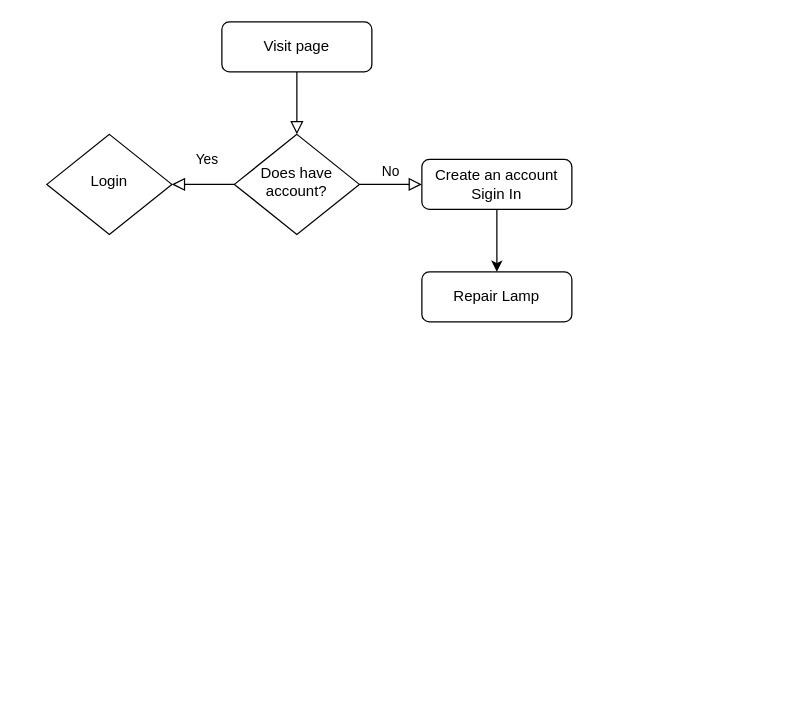
Earlier version of the draw.io diagram Untitled Diagram.drawio (salmanfarisvp/Documents). Source tidied: cells renumbered, new cells numbered last; positions are measured from the earlier drawing's top-left corner, leaving out a move shared by most shapes. Both pictures are drawn from the tidied source at 125%, with x=0, y=0 at pixel (46, 21).
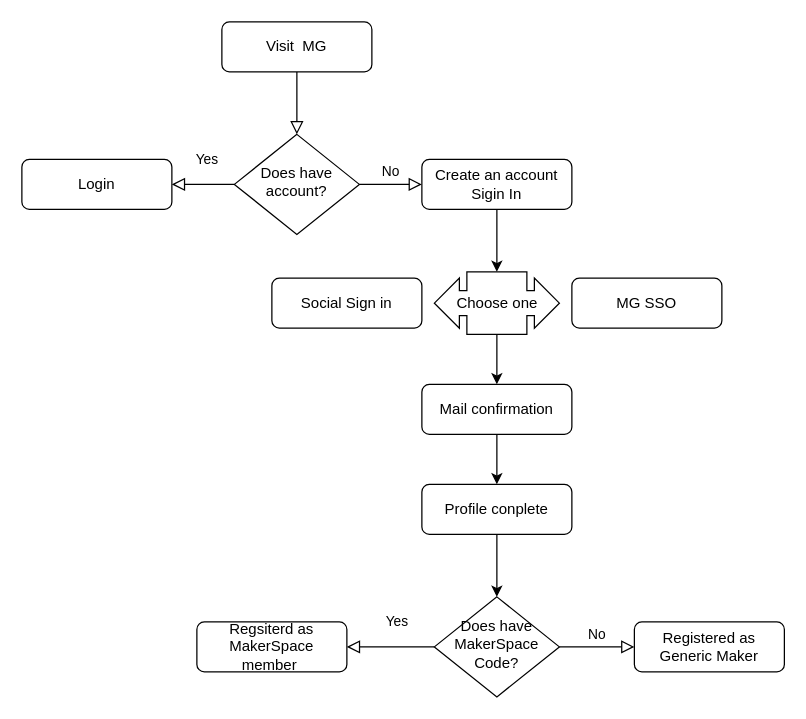
The same diagram, later.

The change refers to these unchanged cells:
```xml
<mxCell id="6" value="Does have account?" style="rhombus;whiteSpace=wrap;html=1;shadow=0;fontFamily=Helvetica;fontSize=12;align=center;strokeWidth=1;spacing=6;spacingTop=-4;" parent="1" vertex="1">
  <mxGeometry x="150" y="90" width="100" height="80" as="geometry" />
</mxCell>
```

What changed in the source:
```diff
@@
-    <mxCell id="3" value="Visit page" style="rounded=1;whiteSpace=wrap;html=1;fontSize=12;glass=0;strokeWidth=1;shadow=0;" parent="1" vertex="1">
+    <mxCell id="3" value="Visit&amp;nbsp; MG" style="rounded=1;whiteSpace=wrap;html=1;fontSize=12;glass=0;strokeWidth=1;shadow=0;" parent="1" vertex="1">
       <mxGeometry x="140" width="120" height="40" as="geometry" />
     </mxCell>
-    <mxCell id="4" value="Yes" style="rounded=0;html=1;jettySize=auto;fontSize=11;endArrow=block;endFill=0;endSize=8;strokeWidth=1;shadow=0;labelBackgroundColor=none;edgeStyle=orthogonalEdgeStyle;" parent="1" edge="1" source="6" target="8">
-      <mxGeometry x="-0.14" y="-20" relative="1" as="geometry" />
+    <mxCell id="4" value="Yes" style="rounded=0;html=1;jettySize=auto;fontSize=11;endArrow=block;endFill=0;endSize=8;strokeWidth=1;shadow=0;labelBackgroundColor=none;edgeStyle=orthogonalEdgeStyle;" parent="1" edge="1" source="6">
+      <mxGeometry x="-0.14" y="-20" relative="1" as="geometry">
+        <mxPoint x="100" y="130" as="targetPoint" />
+      </mxGeometry>
     </mxCell>
@@
-    <mxCell id="8" value="Login" style="rhombus;whiteSpace=wrap;html=1;shadow=0;fontFamily=Helvetica;fontSize=12;align=center;strokeWidth=1;spacing=6;spacingTop=-4;" parent="1" vertex="1">
-      <mxGeometry y="90" width="100" height="80" as="geometry" />
-    </mxCell>
-    <mxCell id="9" value="Repair Lamp" style="rounded=1;whiteSpace=wrap;html=1;fontSize=12;glass=0;strokeWidth=1;shadow=0;" parent="1" vertex="1">
-      <mxGeometry x="300" y="200" width="120" height="40" as="geometry" />
+    <mxCell id="9" value="MG SSO" style="rounded=1;whiteSpace=wrap;html=1;fontSize=12;glass=0;strokeWidth=1;shadow=0;" parent="1" vertex="1">
+      <mxGeometry x="420" y="205" width="120" height="40" as="geometry" />
     </mxCell>
@@
+    <mxCell id="11" value="Social Sign in" style="rounded=1;whiteSpace=wrap;html=1;fontSize=12;glass=0;strokeWidth=1;shadow=0;" parent="1" vertex="1">
+      <mxGeometry x="180" y="205" width="120" height="40" as="geometry" />
+    </mxCell>
+    <mxCell id="12" value="Choose one" style="html=1;shadow=0;dashed=0;align=center;verticalAlign=middle;shape=mxgraph.arrows2.calloutDoubleArrow;dy=10;dx=20;notch=24;arrowHead=10;" parent="1" vertex="1">
+      <mxGeometry x="310" y="200" width="100" height="50" as="geometry" />
+    </mxCell>
+    <mxCell id="13" style="endArrow=classic;html=1;exitX=0.5;exitY=1;exitDx=0;exitDy=0;exitPerimeter=0;" parent="1" edge="1" source="12">
+      <mxGeometry relative="1" as="geometry">
+        <mxPoint x="360" y="290" as="targetPoint" />
+      </mxGeometry>
+    </mxCell>
+    <mxCell id="14" value="Mail confirmation" style="rounded=1;whiteSpace=wrap;html=1;fontSize=12;glass=0;strokeWidth=1;shadow=0;" parent="1" vertex="1">
+      <mxGeometry x="300" y="290" width="120" height="40" as="geometry" />
+    </mxCell>
+    <mxCell id="15" style="edgeStyle=orthogonalEdgeStyle;rounded=0;jettySize=auto;html=1;entryX=0.5;entryY=0;entryDx=0;entryDy=0;exitX=0.5;exitY=1;exitDx=0;exitDy=0;" parent="1" edge="1" source="14" target="16">
+      <mxGeometry relative="1" as="geometry" />
+    </mxCell>
+    <mxCell id="16" value="Profile conplete" style="rounded=1;whiteSpace=wrap;html=1;fontSize=12;glass=0;strokeWidth=1;shadow=0;" parent="1" vertex="1">
+      <mxGeometry x="300" y="370" width="120" height="40" as="geometry" />
+    </mxCell>
+    <mxCell id="17" style="endArrow=classic;html=1;exitX=0.5;exitY=1;exitDx=0;exitDy=0;entryX=0.5;entryY=0;entryDx=0;entryDy=0;" parent="1" edge="1" source="16">
+      <mxGeometry relative="1" as="geometry">
+        <mxPoint x="360" y="460" as="targetPoint" />
+      </mxGeometry>
+    </mxCell>
+    <mxCell id="18" value="Does have MakerSpace Code?" style="rhombus;whiteSpace=wrap;html=1;shadow=0;fontFamily=Helvetica;fontSize=12;align=center;strokeWidth=1;spacing=6;spacingTop=-4;" parent="1" vertex="1">
+      <mxGeometry x="310" y="460" width="100" height="80" as="geometry" />
+    </mxCell>
+    <mxCell id="19" value="No" style="edgeStyle=orthogonalEdgeStyle;rounded=0;html=1;jettySize=auto;fontSize=11;endArrow=block;endFill=0;endSize=8;strokeWidth=1;shadow=0;labelBackgroundColor=none;exitX=1;exitY=0.5;exitDx=0;exitDy=0;" parent="1" edge="1" source="18">
+      <mxGeometry y="10" relative="1" as="geometry">
+        <mxPoint x="470" y="500" as="targetPoint" />
+        <Array as="points">
+          <mxPoint x="440" y="500" />
+          <mxPoint x="440" y="500" />
+        </Array>
+      </mxGeometry>
+    </mxCell>
+    <mxCell id="20" value="Yes" style="rounded=0;html=1;jettySize=auto;fontSize=11;endArrow=block;endFill=0;endSize=8;strokeWidth=1;shadow=0;labelBackgroundColor=none;edgeStyle=orthogonalEdgeStyle;exitX=0;exitY=0.5;exitDx=0;exitDy=0;" parent="1" edge="1" source="18">
+      <mxGeometry x="-0.14" y="-20" relative="1" as="geometry">
+        <mxPoint x="240" y="500" as="targetPoint" />
+      </mxGeometry>
+    </mxCell>
+    <mxCell id="8" value="Login" style="rounded=1;whiteSpace=wrap;html=1;fontSize=12;glass=0;strokeWidth=1;shadow=0;" parent="1" vertex="1">
+      <mxGeometry x="-20" y="110" width="120" height="40" as="geometry" />
+    </mxCell>
+    <mxCell id="21" value="Regsiterd as MakerSpace member&amp;nbsp;" style="rounded=1;whiteSpace=wrap;html=1;fontSize=12;glass=0;strokeWidth=1;shadow=0;" parent="1" vertex="1">
+      <mxGeometry x="120" y="480" width="120" height="40" as="geometry" />
+    </mxCell>
+    <mxCell id="22" value="Registered as Generic Maker" style="rounded=1;whiteSpace=wrap;html=1;fontSize=12;glass=0;strokeWidth=1;shadow=0;" parent="1" vertex="1">
+      <mxGeometry x="470" y="480" width="120" height="40" as="geometry" />
+    </mxCell>
```
